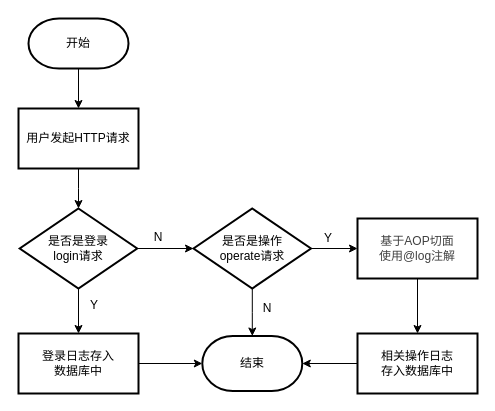
Earlier version of the draw.io diagram 日志管理模块流程图.drawio (zhangruyi3906/img). Source tidied: cells renumbered, new cells numbered last; positions are measured from the earlier drawing's top-left corner, leaving out a move shared by most shapes. Both pictures are drawn from the tidied source at 100%, with x=0, y=0 at pixel (18, 18).
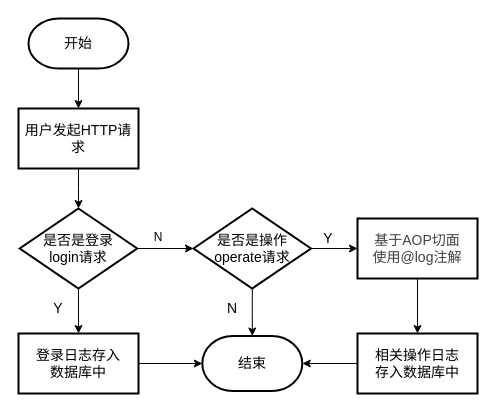
After the change.

Commit message:
更新日志管理模块流程图.drawio

What changed in the source:
```diff
@@
-    <mxCell id="3" value="开始" style="strokeWidth=2;html=1;shape=mxgraph.flowchart.terminator;whiteSpace=wrap;" parent="1" vertex="1">
+    <mxCell id="3" value="&lt;font style=&quot;font-size: 14px;&quot;&gt;开始&lt;/font&gt;" style="strokeWidth=2;html=1;shape=mxgraph.flowchart.terminator;whiteSpace=wrap;" parent="1" vertex="1">
       <mxGeometry x="10" width="100" height="50" as="geometry" />
     </mxCell>
@@
-    <mxCell id="5" value="用户发起HTTP请求" style="whiteSpace=wrap;html=1;strokeWidth=2;" parent="1" vertex="1">
+    <mxCell id="5" value="&lt;font style=&quot;font-size: 14px;&quot;&gt;用户发起HTTP请求&lt;/font&gt;" style="whiteSpace=wrap;html=1;strokeWidth=2;" parent="1" vertex="1">
       <mxGeometry y="90" width="120" height="60" as="geometry" />
     </mxCell>
@@
-    <mxCell id="8" value="是否是登录&lt;div&gt;login请求&lt;/div&gt;" style="rhombus;whiteSpace=wrap;html=1;strokeWidth=2;" parent="1" vertex="1">
+    <mxCell id="8" value="&lt;font style=&quot;font-size: 14px;&quot;&gt;是否是登录&lt;/font&gt;&lt;div&gt;&lt;font style=&quot;font-size: 14px;&quot;&gt;login请求&lt;/font&gt;&lt;/div&gt;" style="rhombus;whiteSpace=wrap;html=1;strokeWidth=2;" parent="1" vertex="1">
       <mxGeometry x="1.2" y="190" width="117.5" height="80" as="geometry" />
     </mxCell>
@@
-    <mxCell id="10" value="登录日志存入&lt;div&gt;数据库中&lt;/div&gt;" style="whiteSpace=wrap;html=1;strokeWidth=2;" parent="1" vertex="1">
+    <mxCell id="10" value="&lt;font style=&quot;font-size: 14px;&quot;&gt;登录日志存入&lt;/font&gt;&lt;div&gt;&lt;font style=&quot;font-size: 14px;&quot;&gt;数据库中&lt;/font&gt;&lt;/div&gt;" style="whiteSpace=wrap;html=1;strokeWidth=2;" parent="1" vertex="1">
       <mxGeometry y="315" width="120" height="60" as="geometry" />
     </mxCell>
@@
-    <mxCell id="13" value="是否是操作&lt;div&gt;operate请求&lt;/div&gt;" style="rhombus;whiteSpace=wrap;html=1;strokeWidth=2;" parent="1" vertex="1">
+    <mxCell id="13" value="&lt;font style=&quot;font-size: 14px;&quot;&gt;是否是操作&lt;/font&gt;&lt;div&gt;&lt;font style=&quot;font-size: 14px;&quot;&gt;operate请求&lt;/font&gt;&lt;/div&gt;" style="rhombus;whiteSpace=wrap;html=1;strokeWidth=2;" parent="1" vertex="1">
       <mxGeometry x="175" y="190" width="117.5" height="80" as="geometry" />
     </mxCell>
@@
-    <mxCell id="15" value="&lt;font&gt;&lt;span style=&quot;color: rgb(64, 64, 64); text-align: start; background-color: rgb(255, 255, 255);&quot;&gt;&lt;font face=&quot;Helvetica&quot;&gt;基于AOP切面&lt;/font&gt;&lt;/span&gt;&lt;/font&gt;&lt;div&gt;&lt;font&gt;&lt;span style=&quot;color: rgb(64, 64, 64); text-align: start; background-color: rgb(255, 255, 255);&quot;&gt;&lt;font face=&quot;Helvetica&quot;&gt;使用@log&lt;/font&gt;&lt;font face=&quot;Helvetica&quot;&gt;注解&lt;/font&gt;&lt;/span&gt;&lt;br&gt;&lt;/font&gt;&lt;/div&gt;" style="whiteSpace=wrap;html=1;strokeWidth=2;" parent="1" vertex="1">
+    <mxCell id="15" value="&lt;font&gt;&lt;span style=&quot;color: rgb(64, 64, 64); text-align: start; background-color: rgb(255, 255, 255);&quot;&gt;&lt;font style=&quot;font-size: 14px;&quot; face=&quot;Helvetica&quot;&gt;基于AOP切面&lt;/font&gt;&lt;/span&gt;&lt;/font&gt;&lt;div&gt;&lt;font&gt;&lt;span style=&quot;color: rgb(64, 64, 64); text-align: start; background-color: rgb(255, 255, 255);&quot;&gt;&lt;font style=&quot;font-size: 14px;&quot;&gt;&lt;font style=&quot;&quot; face=&quot;Helvetica&quot;&gt;使用@log&lt;/font&gt;&lt;font style=&quot;&quot; face=&quot;Helvetica&quot;&gt;注解&lt;/font&gt;&lt;/font&gt;&lt;/span&gt;&lt;br&gt;&lt;/font&gt;&lt;/div&gt;" style="whiteSpace=wrap;html=1;strokeWidth=2;" parent="1" vertex="1">
       <mxGeometry x="339" y="200" width="120" height="60" as="geometry" />
     </mxCell>
@@
-    <mxCell id="17" value="相关操作日志&lt;div&gt;存入数据库中&lt;/div&gt;" style="whiteSpace=wrap;html=1;strokeWidth=2;" parent="1" vertex="1">
+    <mxCell id="17" value="&lt;font style=&quot;font-size: 14px;&quot;&gt;相关操作日志&lt;/font&gt;&lt;div&gt;&lt;font style=&quot;font-size: 14px;&quot;&gt;存入数据库中&lt;/font&gt;&lt;/div&gt;" style="whiteSpace=wrap;html=1;strokeWidth=2;" parent="1" vertex="1">
       <mxGeometry x="339" y="315" width="120" height="60" as="geometry" />
     </mxCell>
-    <mxCell id="18" value="结束" style="strokeWidth=2;html=1;shape=mxgraph.flowchart.terminator;whiteSpace=wrap;" parent="1" vertex="1">
+    <mxCell id="18" value="&lt;font style=&quot;font-size: 14px;&quot;&gt;结束&lt;/font&gt;" style="strokeWidth=2;html=1;shape=mxgraph.flowchart.terminator;whiteSpace=wrap;" parent="1" vertex="1">
       <mxGeometry x="183.8" y="317.5" width="100" height="55" as="geometry" />
     </mxCell>
-    <mxCell id="19" value="Y" style="text;html=1;align=center;verticalAlign=middle;whiteSpace=wrap;rounded=0;" parent="1" vertex="1">
-      <mxGeometry x="45.8" y="272" width="60" height="30" as="geometry" />
+    <mxCell id="19" value="&lt;font style=&quot;font-size: 14px;&quot;&gt;Y&lt;/font&gt;" style="text;html=1;align=center;verticalAlign=middle;whiteSpace=wrap;rounded=0;" parent="1" vertex="1">
+      <mxGeometry x="10" y="275" width="60" height="30" as="geometry" />
     </mxCell>
@@
-    <mxCell id="21" value="N" style="text;html=1;align=center;verticalAlign=middle;whiteSpace=wrap;rounded=0;" parent="1" vertex="1">
-      <mxGeometry x="219" y="275" width="60" height="30" as="geometry" />
+    <mxCell id="21" value="&lt;font style=&quot;font-size: 14px;&quot;&gt;N&lt;/font&gt;" style="text;html=1;align=center;verticalAlign=middle;whiteSpace=wrap;rounded=0;" parent="1" vertex="1">
+      <mxGeometry x="183.8" y="275" width="60" height="30" as="geometry" />
     </mxCell>
-    <mxCell id="22" value="Y" style="text;html=1;align=center;verticalAlign=middle;whiteSpace=wrap;rounded=0;" parent="1" vertex="1">
+    <mxCell id="22" value="&lt;font style=&quot;font-size: 14px;&quot;&gt;Y&lt;/font&gt;" style="text;html=1;align=center;verticalAlign=middle;whiteSpace=wrap;rounded=0;" parent="1" vertex="1">
       <mxGeometry x="280" y="205" width="60" height="30" as="geometry" />
     </mxCell>
```
